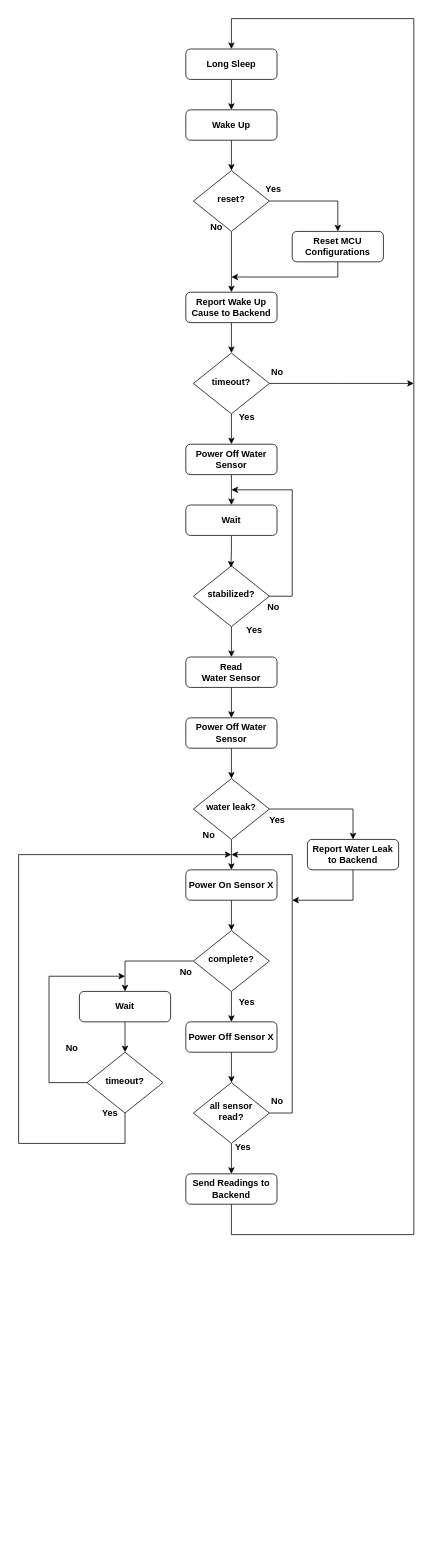
Earlier version of the draw.io diagram Documentation/Diagrams/MCU Flux Diagram.drawio (MiguelRocha2001/PS-Monitor-IoT-System). Source tidied: cells renumbered, new cells numbered last; positions are measured from the earlier drawing's top-left corner, leaving out a move shared by most shapes. Both pictures are drawn from the tidied source at 76%, with x=0, y=0 at pixel (18, 18).
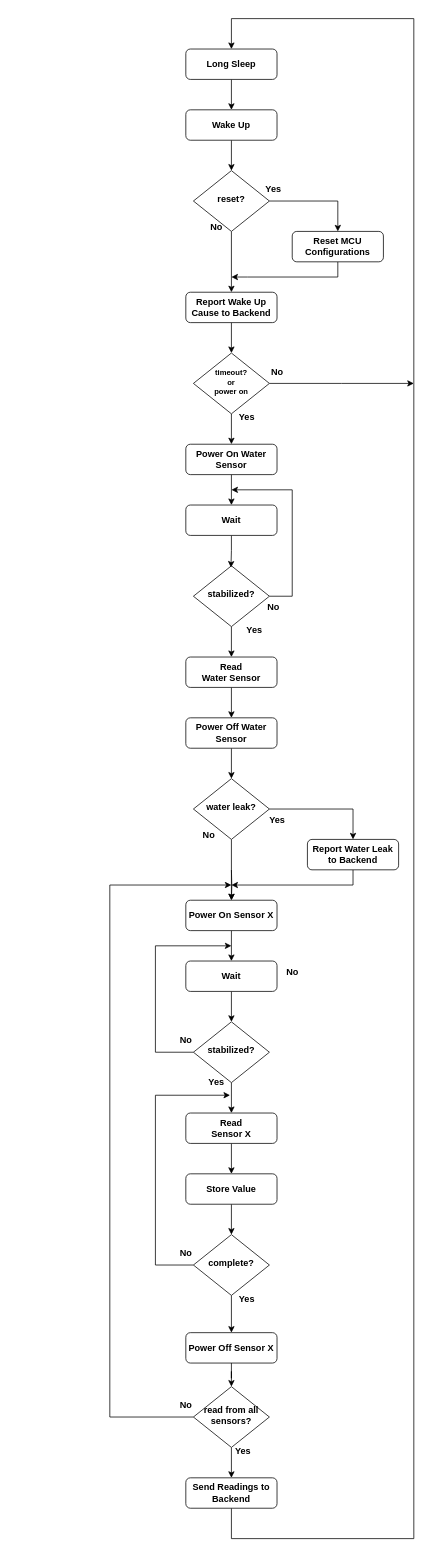
The same page after the edit.

The change refers to these unchanged cells:
```xml
<mxCell id="8" value="Long Sleep" style="rounded=1;whiteSpace=wrap;html=1;fontSize=12;glass=0;strokeWidth=1;shadow=0;fontStyle=1;" parent="1" vertex="1">
  <mxGeometry x="220" y="40" width="120" height="40" as="geometry" />
</mxCell>
<mxCell id="22" value="water leak?" style="rhombus;whiteSpace=wrap;html=1;shadow=0;fontFamily=Helvetica;fontSize=12;align=center;strokeWidth=1;spacing=6;spacingTop=-4;fontStyle=1;" parent="1" vertex="1">
  <mxGeometry x="230" y="1000" width="100" height="80" as="geometry" />
</mxCell>
<mxCell id="24" value="Report Water Leak to Backend" style="rounded=1;whiteSpace=wrap;html=1;fontSize=12;glass=0;strokeWidth=1;shadow=0;fontStyle=1;" parent="1" vertex="1">
  <mxGeometry x="380" y="1080" width="120" height="40" as="geometry" />
</mxCell>
```

What changed in the source:
```diff
@@
-    <mxCell id="6" value="Power Off Water Sensor" style="rounded=1;whiteSpace=wrap;html=1;fontSize=12;glass=0;strokeWidth=1;shadow=0;fontStyle=1;" parent="1" vertex="1">
+    <mxCell id="6" value="Power On Water Sensor" style="rounded=1;whiteSpace=wrap;html=1;fontSize=12;glass=0;strokeWidth=1;shadow=0;fontStyle=1;" parent="1" vertex="1">
       <mxGeometry x="220" y="560" width="120" height="40" as="geometry" />
     </mxCell>
@@
-    <mxCell id="9" style="edgeStyle=orthogonalEdgeStyle;rounded=0;jettySize=auto;html=1;entryX=0.5;entryY=0;entryDx=0;entryDy=0;fontSize=12;fontStyle=1;" parent="1" edge="1" source="11" target="33">
-      <mxGeometry relative="1" as="geometry" />
-    </mxCell>
-    <mxCell id="10" style="edgeStyle=orthogonalEdgeStyle;rounded=0;jettySize=auto;html=1;" parent="1" edge="1" source="11" target="48">
-      <mxGeometry relative="1" as="geometry" />
-    </mxCell>
-    <mxCell id="11" value="complete?" style="rhombus;whiteSpace=wrap;html=1;shadow=0;fontFamily=Helvetica;fontSize=12;align=center;strokeWidth=1;spacing=6;spacingTop=-4;fontStyle=1;" parent="1" vertex="1">
-      <mxGeometry x="230" y="1200" width="100" height="80" as="geometry" />
-    </mxCell>
-    <mxCell id="12" value="Yes" style="text;html=1;align=center;verticalAlign=middle;strokeColor=none;fillColor=none;fontStyle=1;fontSize=12;" parent="1" vertex="1">
-      <mxGeometry x="280" y="1280" width="40" height="30" as="geometry" />
-    </mxCell>
-    <mxCell id="13" style="edgeStyle=orthogonalEdgeStyle;rounded=0;jettySize=auto;html=1;entryX=0.5;entryY=0;entryDx=0;entryDy=0;fontSize=12;fontStyle=1;" parent="1" edge="1" source="14" target="8">
+    <mxCell id="13" style="edgeStyle=orthogonalEdgeStyle;rounded=0;jettySize=auto;html=1;entryX=0.5;entryY=0;entryDx=0;entryDy=0;fontSize=12;fontStyle=1;exitX=0.5;exitY=1;exitDx=0;exitDy=0;" parent="1" edge="1" source="14" target="8">
       <mxGeometry relative="1" as="geometry">
         <Array as="points">
-          <mxPoint x="280" y="1600" />
-          <mxPoint x="520" y="1600" />
+          <mxPoint x="280" y="2000" />
+          <mxPoint x="520" y="2000" />
           <mxPoint x="520" />
           <mxPoint x="280" />
         </Array>
       </mxGeometry>
     </mxCell>
     <mxCell id="14" value="Send Readings to Backend" style="rounded=1;whiteSpace=wrap;html=1;fontSize=12;glass=0;strokeWidth=1;shadow=0;fontStyle=1;" parent="1" vertex="1">
-      <mxGeometry x="220" y="1520" width="120" height="40" as="geometry" />
+      <mxGeometry x="220" y="1920" width="120" height="40" as="geometry" />
     </mxCell>
     <mxCell id="15" value="No" style="text;html=1;align=center;verticalAlign=middle;strokeColor=none;fillColor=none;fontStyle=1;fontSize=12;" parent="1" vertex="1">
-      <mxGeometry x="200" y="1240" width="40" height="30" as="geometry" />
+      <mxGeometry x="340" y="1240" width="40" height="30" as="geometry" />
     </mxCell>
-    <mxCell id="16" style="edgeStyle=orthogonalEdgeStyle;rounded=0;jettySize=auto;html=1;fontStyle=1;fontSize=12;" parent="1" edge="1" source="17" target="11">
+    <mxCell id="16" style="edgeStyle=orthogonalEdgeStyle;rounded=0;jettySize=auto;html=1;fontStyle=1;fontSize=12;" parent="1" edge="1" source="17" target="33">
       <mxGeometry relative="1" as="geometry" />
     </mxCell>
     <mxCell id="17" value="Power On Sensor X" style="rounded=1;whiteSpace=wrap;html=1;fontSize=12;glass=0;strokeWidth=1;shadow=0;fontStyle=1;" parent="1" vertex="1">
-      <mxGeometry x="220" y="1120" width="120" height="40" as="geometry" />
+      <mxGeometry x="220" y="1160" width="120" height="40" as="geometry" />
     </mxCell>
@@
-    <mxCell id="21" style="edgeStyle=orthogonalEdgeStyle;rounded=0;jettySize=auto;html=1;fontSize=12;fontStyle=1;" parent="1" edge="1" source="22" target="17">
-      <mxGeometry relative="1" as="geometry" />
+    <mxCell id="21" style="edgeStyle=orthogonalEdgeStyle;rounded=0;jettySize=auto;html=1;fontSize=12;fontStyle=1;" parent="1" edge="1" target="17">
+      <mxGeometry relative="1" as="geometry">
+        <mxPoint x="280" y="1120" as="sourcePoint" />
+      </mxGeometry>
     </mxCell>
+    <mxCell id="63" style="edgeStyle=orthogonalEdgeStyle;rounded=0;jettySize=auto;html=1;" parent="1" edge="1" source="22">
+      <mxGeometry relative="1" as="geometry">
+        <mxPoint x="280" y="1160" as="targetPoint" />
+      </mxGeometry>
+    </mxCell>
@@
     <mxCell id="23" style="edgeStyle=orthogonalEdgeStyle;rounded=0;jettySize=auto;html=1;exitX=0.5;exitY=1;exitDx=0;exitDy=0;" parent="1" edge="1" source="24">
       <mxGeometry relative="1" as="geometry">
-        <mxPoint x="360" y="1160" as="targetPoint" />
+        <mxPoint x="280" y="1140" as="targetPoint" />
         <Array as="points">
-          <mxPoint x="440" y="1160" />
+          <mxPoint x="440" y="1140" />
+          <mxPoint x="290" y="1140" />
         </Array>
       </mxGeometry>
     </mxCell>
@@
-    <mxCell id="27" value="&lt;font style=&quot;font-size: 12px;&quot;&gt;timeout?&lt;/font&gt;" style="rhombus;whiteSpace=wrap;html=1;shadow=0;fontFamily=Helvetica;fontSize=12;align=center;strokeWidth=1;spacing=6;spacingTop=-4;fontStyle=1;" parent="1" vertex="1">
+    <mxCell id="27" value="&lt;font style=&quot;font-size: 10px;&quot;&gt;timeout?&lt;br style=&quot;font-size: 10px;&quot;&gt;or&lt;br style=&quot;font-size: 10px;&quot;&gt;power on&lt;br style=&quot;font-size: 10px;&quot;&gt;&lt;/font&gt;" style="rhombus;whiteSpace=wrap;html=1;shadow=0;fontFamily=Helvetica;fontSize=10;align=center;strokeWidth=1;spacing=6;spacingTop=-4;fontStyle=1;" parent="1" vertex="1">
       <mxGeometry x="230" y="440" width="100" height="80" as="geometry" />
     </mxCell>
@@
     <mxCell id="33" value="Wait" style="rounded=1;whiteSpace=wrap;html=1;fontSize=12;glass=0;strokeWidth=1;shadow=0;fontStyle=1;" parent="1" vertex="1">
-      <mxGeometry x="80" y="1280" width="120" height="40" as="geometry" />
+      <mxGeometry x="220" y="1240" width="120" height="40" as="geometry" />
     </mxCell>
@@
     <mxCell id="40" style="edgeStyle=orthogonalEdgeStyle;rounded=0;jettySize=auto;html=1;exitX=0;exitY=0.5;exitDx=0;exitDy=0;fontSize=12;fontStyle=1;" parent="1" edge="1" source="42">
       <mxGeometry relative="1" as="geometry">
-        <mxPoint x="140" y="1260" as="targetPoint" />
+        <mxPoint x="280" y="1220" as="targetPoint" />
         <Array as="points">
-          <mxPoint x="40" y="1400" />
-          <mxPoint x="40" y="1260" />
-          <mxPoint x="140" y="1260" />
+          <mxPoint x="180" y="1360" />
+          <mxPoint x="180" y="1220" />
+          <mxPoint x="280" y="1220" />
         </Array>
       </mxGeometry>
     </mxCell>
-    <mxCell id="41" style="edgeStyle=orthogonalEdgeStyle;rounded=0;jettySize=auto;html=1;exitX=0.5;exitY=1;exitDx=0;exitDy=0;fontSize=12;fontStyle=1;" parent="1" edge="1" source="42">
-      <mxGeometry relative="1" as="geometry">
-        <mxPoint x="280" y="1100" as="targetPoint" />
-        <Array as="points">
-          <mxPoint x="140" y="1480" />
-          <mxPoint y="1480" />
-          <mxPoint y="1100" />
-        </Array>
-      </mxGeometry>
-    </mxCell>
+    <mxCell id="64" style="edgeStyle=orthogonalEdgeStyle;rounded=0;jettySize=auto;html=1;" parent="1" edge="1" source="42" target="67">
+      <mxGeometry relative="1" as="geometry" />
+    </mxCell>
-    <mxCell id="42" value="timeout?" style="rhombus;whiteSpace=wrap;html=1;shadow=0;fontFamily=Helvetica;fontSize=12;align=center;strokeWidth=1;spacing=6;spacingTop=-4;fontStyle=1;" parent="1" vertex="1">
-      <mxGeometry x="90" y="1360" width="100" height="80" as="geometry" />
+    <mxCell id="42" value="stabilized?" style="rhombus;whiteSpace=wrap;html=1;shadow=0;fontFamily=Helvetica;fontSize=12;align=center;strokeWidth=1;spacing=6;spacingTop=-4;fontStyle=1;" parent="1" vertex="1">
+      <mxGeometry x="230" y="1320" width="100" height="80" as="geometry" />
     </mxCell>
@@
     <mxCell id="45" value="No" style="text;html=1;align=center;verticalAlign=middle;strokeColor=none;fillColor=none;fontStyle=1;fontSize=12;" parent="1" vertex="1">
-      <mxGeometry x="50" y="1340" width="40" height="30" as="geometry" />
+      <mxGeometry x="200" y="1330" width="40" height="30" as="geometry" />
     </mxCell>
     <mxCell id="46" value="Yes" style="text;html=1;align=center;verticalAlign=middle;points=[];strokeColor=none;fillColor=none;fontStyle=1;fontSize=12;" parent="1" vertex="1">
-      <mxGeometry x="100" y="1425" width="40" height="30" as="geometry" />
+      <mxGeometry x="240" y="1385" width="40" height="30" as="geometry" />
     </mxCell>
-    <mxCell id="47" style="edgeStyle=orthogonalEdgeStyle;rounded=0;jettySize=auto;html=1;" parent="1" edge="1" source="48" target="51">
-      <mxGeometry relative="1" as="geometry" />
-    </mxCell>
-    <mxCell id="48" value="Power Off Sensor X" style="rounded=1;whiteSpace=wrap;html=1;fontSize=12;glass=0;strokeWidth=1;shadow=0;fontStyle=1;" parent="1" vertex="1">
-      <mxGeometry x="220" y="1320" width="120" height="40" as="geometry" />
-    </mxCell>
@@
-    <mxCell id="50" style="edgeStyle=orthogonalEdgeStyle;rounded=0;jettySize=auto;html=1;" parent="1" edge="1" source="51">
-      <mxGeometry relative="1" as="geometry">
-        <mxPoint x="280" y="1100" as="targetPoint" />
-        <Array as="points">
-          <mxPoint x="360" y="1440" />
-          <mxPoint x="360" y="1100" />
-        </Array>
-      </mxGeometry>
-    </mxCell>
+    <mxCell id="65" style="edgeStyle=orthogonalEdgeStyle;rounded=0;jettySize=auto;html=1;" parent="1" edge="1" source="51">
+      <mxGeometry relative="1" as="geometry">
+        <mxPoint x="280" y="1140" as="targetPoint" />
+        <Array as="points">
+          <mxPoint x="120" y="1840" />
+          <mxPoint x="120" y="1140" />
+        </Array>
+      </mxGeometry>
+    </mxCell>
-    <mxCell id="51" value="all sensor read?" style="rhombus;whiteSpace=wrap;html=1;shadow=0;fontFamily=Helvetica;fontSize=12;align=center;strokeWidth=1;spacing=6;spacingTop=-4;fontStyle=1;" parent="1" vertex="1">
-      <mxGeometry x="230" y="1400" width="100" height="80" as="geometry" />
+    <mxCell id="51" value="read from all sensors?" style="rhombus;whiteSpace=wrap;html=1;shadow=0;fontFamily=Helvetica;fontSize=12;align=center;strokeWidth=1;spacing=6;spacingTop=-4;fontStyle=1;" parent="1" vertex="1">
+      <mxGeometry x="230" y="1800" width="100" height="80" as="geometry" />
     </mxCell>
     <mxCell id="52" value="Yes" style="text;html=1;align=center;verticalAlign=middle;strokeColor=none;fillColor=none;fontStyle=1;fontSize=12;" parent="1" vertex="1">
-      <mxGeometry x="275" y="1470" width="40" height="30" as="geometry" />
+      <mxGeometry x="275" y="1870" width="40" height="30" as="geometry" />
     </mxCell>
     <mxCell id="53" value="No" style="text;html=1;align=center;verticalAlign=middle;strokeColor=none;fillColor=none;fontStyle=1;fontSize=12;" parent="1" vertex="1">
-      <mxGeometry x="320" y="1410" width="40" height="30" as="geometry" />
+      <mxGeometry x="200" y="1809" width="40" height="30" as="geometry" />
     </mxCell>
@@
+    <mxCell id="66" style="edgeStyle=orthogonalEdgeStyle;rounded=0;jettySize=auto;html=1;" parent="1" edge="1" source="67" target="69">
+      <mxGeometry relative="1" as="geometry" />
+    </mxCell>
+    <mxCell id="67" value="Read &lt;br style=&quot;font-size: 12px;&quot;&gt;Sensor X" style="rounded=1;whiteSpace=wrap;html=1;fontSize=12;glass=0;strokeWidth=1;shadow=0;fontStyle=1;" parent="1" vertex="1">
+      <mxGeometry x="220" y="1440" width="120" height="40" as="geometry" />
+    </mxCell>
+    <mxCell id="68" style="edgeStyle=orthogonalEdgeStyle;rounded=0;jettySize=auto;html=1;" parent="1" edge="1" source="69" target="11">
+      <mxGeometry relative="1" as="geometry" />
+    </mxCell>
+    <mxCell id="69" value="Store Value" style="rounded=1;whiteSpace=wrap;html=1;fontSize=12;glass=0;strokeWidth=1;shadow=0;fontStyle=1;" parent="1" vertex="1">
+      <mxGeometry x="220" y="1520" width="120" height="40" as="geometry" />
+    </mxCell>
+    <mxCell id="70" style="edgeStyle=orthogonalEdgeStyle;rounded=0;jettySize=auto;html=1;entryX=0.955;entryY=1.053;entryDx=0;entryDy=0;entryPerimeter=0;" parent="1" edge="1" source="11" target="46">
+      <mxGeometry relative="1" as="geometry">
+        <Array as="points">
+          <mxPoint x="180" y="1640" />
+          <mxPoint x="180" y="1417" />
+        </Array>
+      </mxGeometry>
+    </mxCell>
+    <mxCell id="10" style="edgeStyle=orthogonalEdgeStyle;rounded=0;jettySize=auto;html=1;" parent="1" edge="1" source="11" target="48">
+      <mxGeometry relative="1" as="geometry" />
+    </mxCell>
+    <mxCell id="11" value="complete?" style="rhombus;whiteSpace=wrap;html=1;shadow=0;fontFamily=Helvetica;fontSize=12;align=center;strokeWidth=1;spacing=6;spacingTop=-4;fontStyle=1;" parent="1" vertex="1">
+      <mxGeometry x="230" y="1600" width="100" height="80" as="geometry" />
+    </mxCell>
+    <mxCell id="71" value="No" style="text;html=1;align=center;verticalAlign=middle;strokeColor=none;fillColor=none;fontStyle=1;fontSize=12;" parent="1" vertex="1">
+      <mxGeometry x="200" y="1610" width="40" height="30" as="geometry" />
+    </mxCell>
+    <mxCell id="47" style="edgeStyle=orthogonalEdgeStyle;rounded=0;jettySize=auto;html=1;" parent="1" edge="1" source="48" target="51">
+      <mxGeometry relative="1" as="geometry" />
+    </mxCell>
+    <mxCell id="48" value="Power Off Sensor X" style="rounded=1;whiteSpace=wrap;html=1;fontSize=12;glass=0;strokeWidth=1;shadow=0;fontStyle=1;" parent="1" vertex="1">
+      <mxGeometry x="220" y="1729" width="120" height="40" as="geometry" />
+    </mxCell>
+    <mxCell id="12" value="Yes" style="text;html=1;align=center;verticalAlign=middle;strokeColor=none;fillColor=none;fontStyle=1;fontSize=12;" parent="1" vertex="1">
+      <mxGeometry x="280" y="1670" width="40" height="30" as="geometry" />
+    </mxCell>
```
